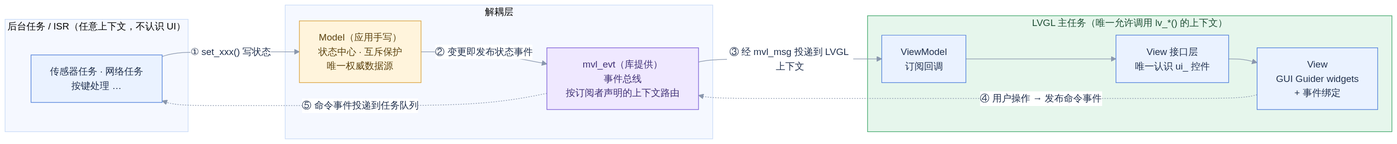
Before: docs/assets/design_mvvm_layers.png, a diagram exported from Mermaid (smallerxuan/mvl). Its source is kept beside it as docs/assets/design_mvvm_layers.mmd.
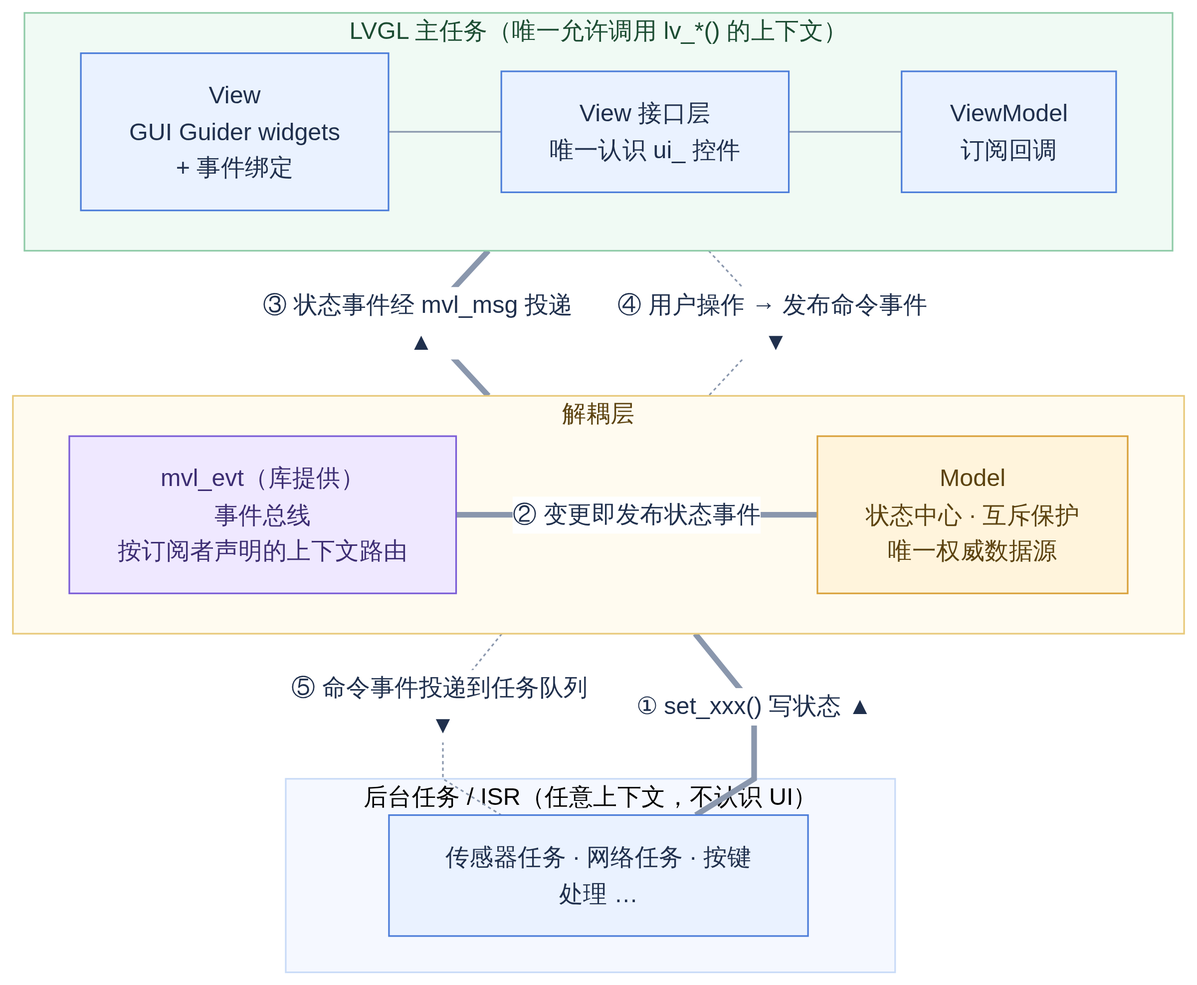
Later version of the same file.

Commit message:
docs(design): §5.1 分层图改为横带分层布局并更新归属表述

- 架构图重排为三条横向分层带（LVGL 主任务在上、解耦层居中、后台
  任务在下），状态流实线▲上行、命令流虚线▼下行，恢复分层表达
- 职责表与 §5/§5.3/§9 的归属表述对齐 mvl-gen：Model 字段与
  set_xxx() 由 YAML 生成，ViewModel 回调骨架可生成，View 接口
  声明可生成、实现手写

Diff of the diagram source:
```diff
@@ -1,27 +1,35 @@
-%%{init: {"theme":"base","flowchart":{"curve":"basis","nodeSpacing":30,"rankSpacing":45},"themeVariables":{"fontSize":"15px","primaryColor":"#EAF2FF","primaryBorderColor":"#4C7DD9","primaryTextColor":"#20304D","lineColor":"#8A97AD","clusterBkg":"#F5F8FF","clusterBorder":"#C9DBF7","edgeLabelBackground":"#FFFFFF"}}}%%
-flowchart LR
-    subgraph BG["后台任务 / ISR（任意上下文，不认识 UI）"]
-        SRC["传感器任务 · 网络任务<br>按键处理 …"]
+%%{init: {"theme":"base","flowchart":{"curve":"linear","nodeSpacing":30,"rankSpacing":45},"themeVariables":{"fontSize":"15px","primaryColor":"#EAF2FF","primaryBorderColor":"#4C7DD9","primaryTextColor":"#20304D","lineColor":"#8A97AD","clusterBkg":"#F5F8FF","clusterBorder":"#C9DBF7","edgeLabelBackground":"#FFFFFF"}}}%%
+flowchart TB
+    subgraph LV["LVGL 主任务（唯一允许调用 lv_*() 的上下文）"]
+        direction LR
+        VM["ViewModel<br>订阅回调"]
+        VI["View 接口层<br>唯一认识 ui_ 控件"]
+        VW["View<br>GUI Guider widgets<br>+ 事件绑定"]
     end
 
     subgraph DEC["解耦层"]
-        MDL["Model（应用手写）<br>状态中心 · 互斥保护<br>唯一权威数据源"]
+        direction LR
+        MDL["Model<br>状态中心 · 互斥保护<br>唯一权威数据源"]
         EVT["mvl_evt（库提供）<br>事件总线<br>按订阅者声明的上下文路由"]
     end
 
-    subgraph LV["LVGL 主任务（唯一允许调用 lv_*() 的上下文）"]
-        VM["ViewModel<br>订阅回调"] --> VI["View 接口层<br>唯一认识 ui_ 控件"] --> VW["View<br>GUI Guider widgets<br>+ 事件绑定"]
+    subgraph BG["后台任务 / ISR（任意上下文，不认识 UI）"]
+        SRC["传感器任务 · 网络任务 · 按键处理 …"]
     end
 
-    SRC -->|"① set_xxx() 写状态"| MDL
-    MDL -->|"② 变更即发布状态事件"| EVT
-    EVT -->|"③ 经 mvl_msg 投递到 LVGL 上下文"| VM
-    VW -.->|"④ 用户操作 → 发布命令事件"| EVT
-    EVT -.->|"⑤ 命令事件投递到任务队列"| SRC
+    VW --- VI
+    VI --- VM
+    VM ===|"③ 状态事件经 mvl_msg 投递 ▲"| EVT
+    VW -.-|"④ 用户操作 → 发布命令事件 ▼"| EVT
+    EVT ===|"② 变更即发布状态事件"| MDL
+    EVT -.-|"⑤ 命令事件投递到任务队列 ▼"| SRC
+    MDL ===|"① set_xxx() 写状态 ▲"| SRC
 
-    classDef lvgl fill:#E6F6EC,stroke:#3FA66A,color:#1D4D33;
+    classDef bandStore fill:#FFFBF0,stroke:#E8C97A,color:#5C4310;
+    classDef bandLvgl fill:#F0FAF4,stroke:#8FCBA8,color:#1D4D33;
     classDef store fill:#FFF4DC,stroke:#D9A13B,color:#5C4310;
     classDef bus fill:#EFE8FF,stroke:#7A5CD6,color:#3D2E73;
-    class LV lvgl;
+    class LV bandLvgl;
+    class DEC bandStore;
     class MDL store;
     class EVT bus;
```
